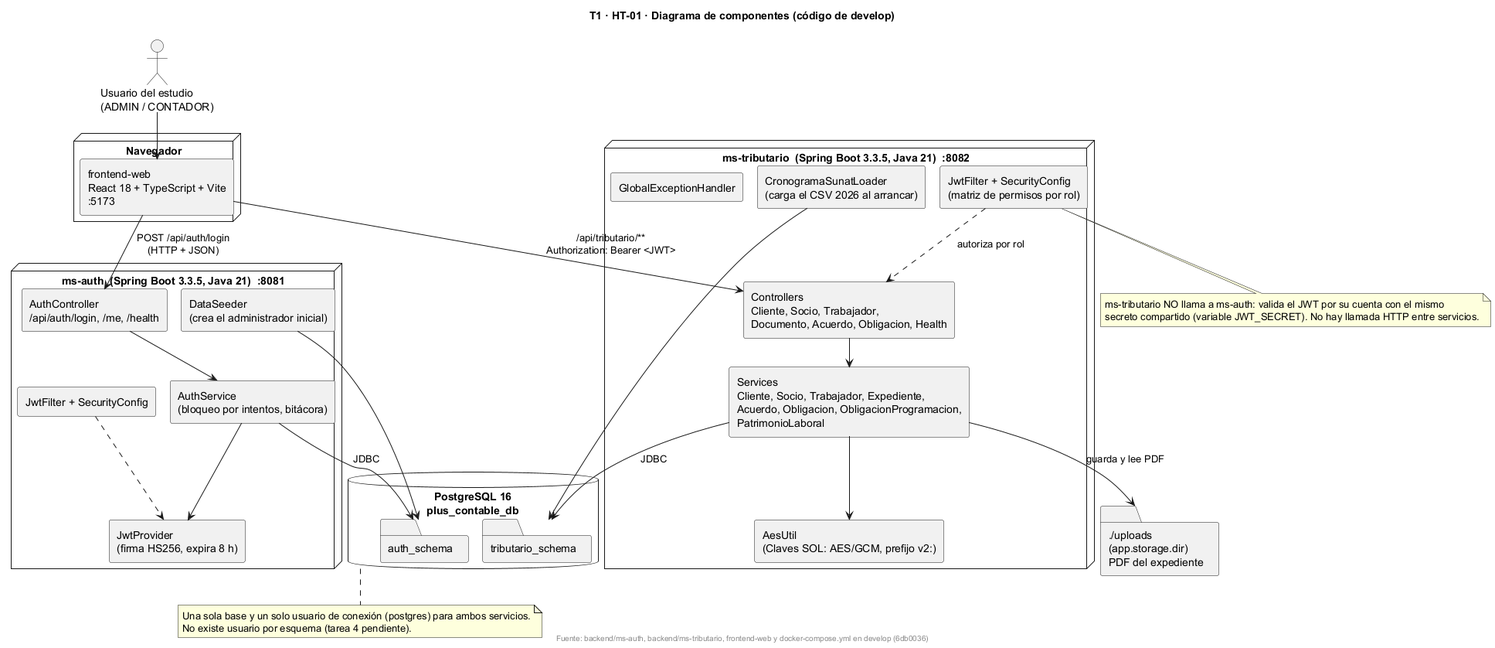
Above: docs/uml/img/T1-HT01-componentes.png in fabianrodriguez33/plus-contable (PlantUML), before the change. Source of this version:
```plantuml
@startuml
!pragma layout smetana
title T1 · HT-01 · Diagrama de componentes (código de develop)
skinparam shadowing false
skinparam componentStyle rectangle

actor "Usuario del estudio\n(ADMIN / CONTADOR)" as U

node "Navegador" {
  component "frontend-web\nReact 18 + TypeScript + Vite\n:5173" as FE
}

node "ms-auth  (Spring Boot 3.3.5, Java 21)  :8081" {
  component "AuthController\n/api/auth/login, /me, /health" as AC
  component "AuthService\n(bloqueo por intentos, bitácora)" as AS
  component "JwtProvider\n(firma HS256, expira 8 h)" as JP
  component "JwtFilter + SecurityConfig" as AF
  component "DataSeeder\n(crea el administrador inicial)" as DS
}

node "ms-tributario  (Spring Boot 3.3.5, Java 21)  :8082" {
  component "Controllers\nCliente, Socio, Trabajador,\nDocumento, Acuerdo, Obligacion, Health" as TC
  component "Services\nCliente, Socio, Trabajador, Expediente,\nAcuerdo, Obligacion, ObligacionProgramacion,\nPatrimonioLaboral" as TS
  component "JwtFilter + SecurityConfig\n(matriz de permisos por rol)" as TF
  component "AesUtil\n(Claves SOL: AES/GCM, prefijo v2:)" as AES
  component "CronogramaSunatLoader\n(carga el CSV 2026 al arrancar)" as CL
  component "GlobalExceptionHandler" as GE
}

database "PostgreSQL 16\nplus_contable_db" as DB {
  folder "auth_schema" as AUTH
  folder "tributario_schema" as TRIB
}

folder "./uploads\n(app.storage.dir)\nPDF del expediente" as FS

U --> FE
FE --> AC : POST /api/auth/login\n(HTTP + JSON)
FE --> TC : /api/tributario/**\nAuthorization: Bearer <JWT>
AC --> AS
AS --> JP
AF ..> JP
TF ..> TC : autoriza por rol
TC --> TS
TS --> AES
TS --> FS : guarda y lee PDF
CL --> TRIB
AS --> AUTH : JDBC
DS --> AUTH
TS --> TRIB : JDBC

note bottom of TF
  ms-tributario NO llama a ms-auth: valida el JWT por su cuenta con el mismo
  secreto compartido (variable JWT_SECRET). No hay llamada HTTP entre servicios.
end note

note bottom of DB
  Una sola base y un solo usuario de conexión (postgres) para ambos servicios.
  No existe usuario por esquema (tarea 4 pendiente).
end note

footer Fuente: backend/ms-auth, backend/ms-tributario, frontend-web y docker-compose.yml en develop (6db0036)
@enduml
```
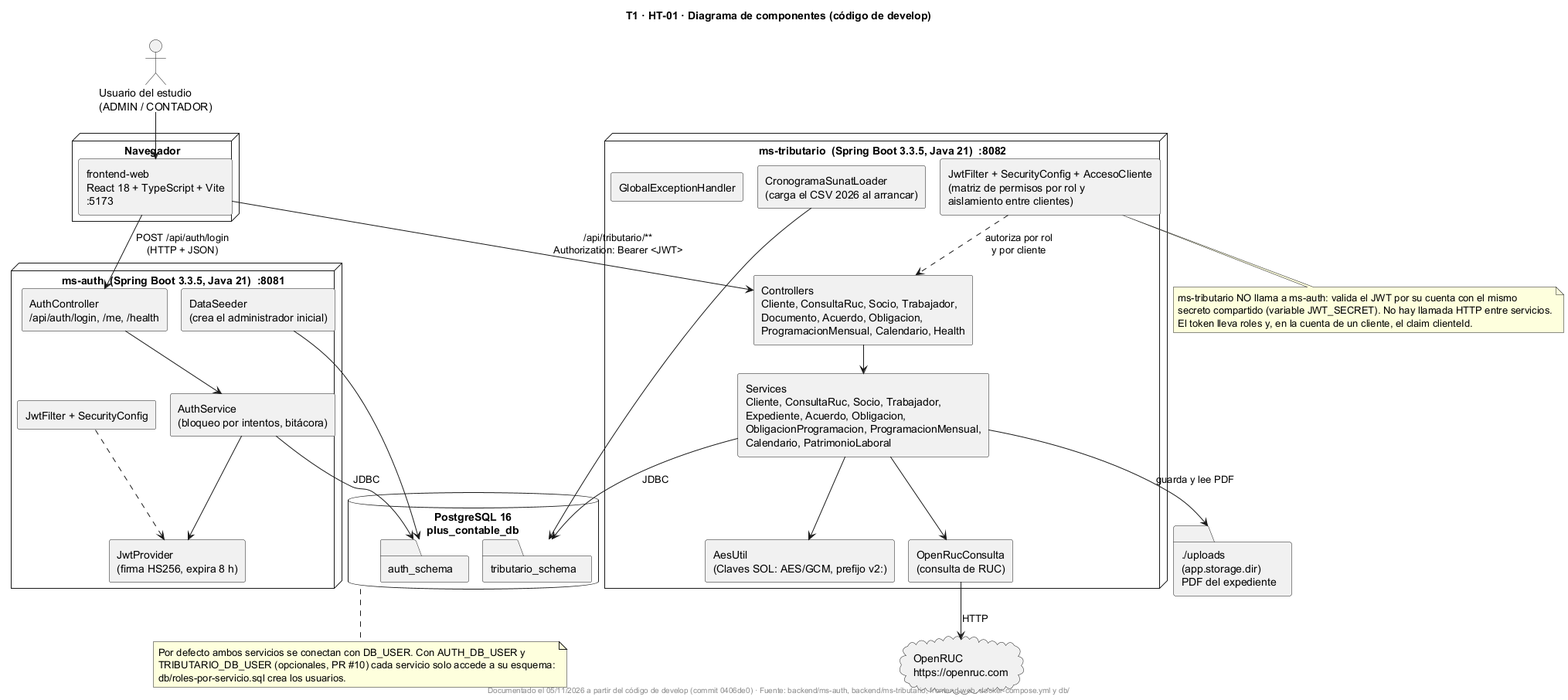
The same file after the commit.

Commit message:
UML: HT-01 y HT-03 documentados a partir del codigo de develop (0406de0)

Change to the diagram source:
```diff
@@ -19,13 +19,16 @@
 }
 
 node "ms-tributario  (Spring Boot 3.3.5, Java 21)  :8082" {
-  component "Controllers\nCliente, Socio, Trabajador,\nDocumento, Acuerdo, Obligacion, Health" as TC
-  component "Services\nCliente, Socio, Trabajador, Expediente,\nAcuerdo, Obligacion, ObligacionProgramacion,\nPatrimonioLaboral" as TS
-  component "JwtFilter + SecurityConfig\n(matriz de permisos por rol)" as TF
+  component "Controllers\nCliente, ConsultaRuc, Socio, Trabajador,\nDocumento, Acuerdo, Obligacion,\nProgramacionMensual, Calendario, Health" as TC
+  component "Services\nCliente, ConsultaRuc, Socio, Trabajador,\nExpediente, Acuerdo, Obligacion,\nObligacionProgramacion, ProgramacionMensual,\nCalendario, PatrimonioLaboral" as TS
+  component "JwtFilter + SecurityConfig + AccesoCliente\n(matriz de permisos por rol y\naislamiento entre clientes)" as TF
   component "AesUtil\n(Claves SOL: AES/GCM, prefijo v2:)" as AES
   component "CronogramaSunatLoader\n(carga el CSV 2026 al arrancar)" as CL
+  component "OpenRucConsulta\n(consulta de RUC)" as OR
   component "GlobalExceptionHandler" as GE
 }
+
+cloud "OpenRUC\nhttps://openruc.com" as EXT
 
 database "PostgreSQL 16\nplus_contable_db" as DB {
   folder "auth_schema" as AUTH
@@ -40,9 +43,11 @@
 AC --> AS
 AS --> JP
 AF ..> JP
-TF ..> TC : autoriza por rol
+TF ..> TC : autoriza por rol\ny por cliente
 TC --> TS
 TS --> AES
+TS --> OR
+OR --> EXT : HTTP
 TS --> FS : guarda y lee PDF
 CL --> TRIB
 AS --> AUTH : JDBC
@@ -52,12 +57,14 @@
 note bottom of TF
   ms-tributario NO llama a ms-auth: valida el JWT por su cuenta con el mismo
   secreto compartido (variable JWT_SECRET). No hay llamada HTTP entre servicios.
+  El token lleva roles y, en la cuenta de un cliente, el claim clienteId.
 end note
 
 note bottom of DB
-  Una sola base y un solo usuario de conexión (postgres) para ambos servicios.
-  No existe usuario por esquema (tarea 4 pendiente).
+  Por defecto ambos servicios se conectan con DB_USER. Con AUTH_DB_USER y
+  TRIBUTARIO_DB_USER (opcionales, PR #10) cada servicio solo accede a su esquema:
+  db/roles-por-servicio.sql crea los usuarios.
 end note
 
-footer Fuente: backend/ms-auth, backend/ms-tributario, frontend-web y docker-compose.yml en develop (6db0036)
+footer Documentado el 05/11/2026 a partir del código de develop (commit 0406de0) · Fuente: backend/ms-auth, backend/ms-tributario, frontend-web, docker-compose.yml y db/
 @enduml
```
